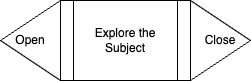
The draw.io diagram docs/assets/presentations/facilitation/fac-process.drawio.png in cmadland/ldrs663, before a commit. Source tidied: cells renumbered, new cells last; positions are measured from the earlier drawing's top-left corner, leaving out a move shared by most shapes.
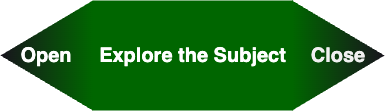
The same file after the commit.

Change to the diagram source:
```diff
@@ -2,14 +2,14 @@
   <root>
     <mxCell id="0" />
     <mxCell id="1" parent="0" />
-    <mxCell id="2" value="Close" style="triangle;whiteSpace=wrap;html=1;" parent="1" vertex="1">
-      <mxGeometry x="190" width="60" height="80" as="geometry" />
+    <mxCell id="2" value="&lt;font&gt;Close&lt;/font&gt;" style="triangle;whiteSpace=wrap;html=1;gradientColor=#18141D;gradientDirection=east;fillColor=#006600;strokeColor=none;fontSize=20;fontStyle=1;fontColor=#F0F0F0;" parent="1" vertex="1">
+      <mxGeometry x="291.6" width="92.4" height="110" as="geometry" />
     </mxCell>
-    <mxCell id="3" value="Open" style="triangle;whiteSpace=wrap;html=1;rotation=0;flipH=1;" parent="1" vertex="1">
-      <mxGeometry width="60" height="80" as="geometry" />
+    <mxCell id="3" value="Open" style="triangle;whiteSpace=wrap;html=1;rotation=0;flipH=1;gradientDirection=west;fillColor=#18141D;fontColor=#ffffff;strokeColor=none;gradientColor=#006600;fontSize=20;fontStyle=1;" parent="1" vertex="1">
+      <mxGeometry width="92.4" height="110" as="geometry" />
     </mxCell>
-    <mxCell id="4" value="Explore the Subject" style="shape=process;whiteSpace=wrap;html=1;backgroundOutline=1;" parent="1" vertex="1">
-      <mxGeometry x="60" width="130" height="80" as="geometry" />
+    <mxCell id="4" value="Explore the Subject" style="shape=process;whiteSpace=wrap;html=1;backgroundOutline=1;size=0.012987012987012532;fillColor=#006600;fontColor=#ffffff;strokeColor=none;fontSize=20;fontStyle=1;" parent="1" vertex="1">
+      <mxGeometry x="92.4" width="200.2" height="110" as="geometry" />
     </mxCell>
   </root>
 </mxGraphModel>
```
